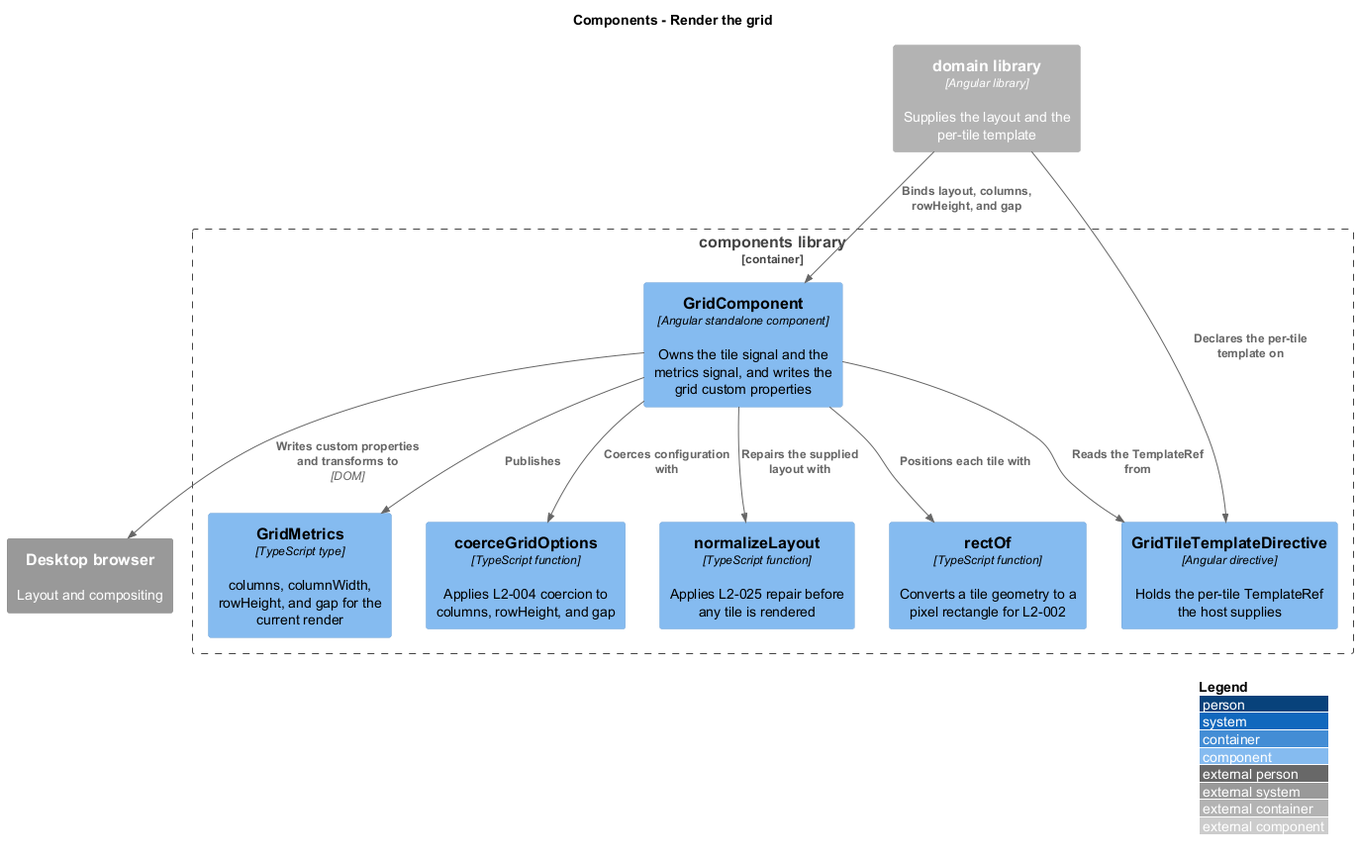
The PlantUML diagram docs/detailed-designs/grid-layout/render-grid/diagrams/c4-component.png in QuinntyneBrown/qbc-grid, before a commit. The source it was exported from:
```plantuml
@startuml
!include <C4/C4_Component>
LAYOUT_WITH_LEGEND()
title Components - Render the grid

Container_Boundary(components, "components library") {
  Component(grid, "GridComponent", "Angular standalone component", "Owns the tile signal and the metrics signal, and writes the grid custom properties")
  Component(tpl, "GridTileTemplateDirective", "Angular directive", "Holds the per-tile TemplateRef the host supplies")
  Component(metrics, "GridMetrics", "TypeScript type", "columns, columnWidth, rowHeight, and gap for the current render")
  Component(coerce, "coerceGridOptions", "TypeScript function", "Applies L2-004 coercion to columns, rowHeight, and gap")
  Component(normalize, "normalizeLayout", "TypeScript function", "Applies L2-025 repair before any tile is rendered")
  Component(rect, "rectOf", "TypeScript function", "Converts a tile geometry to a pixel rectangle for L2-002")
}

Container_Ext(domain, "domain library", "Angular library", "Supplies the layout and the per-tile template")
System_Ext(browser, "Desktop browser", "Layout and compositing")

Rel(domain, grid, "Binds layout, columns, rowHeight, and gap")
Rel(domain, tpl, "Declares the per-tile template on")
Rel(grid, coerce, "Coerces configuration with")
Rel(grid, normalize, "Repairs the supplied layout with")
Rel(grid, metrics, "Publishes")
Rel(grid, rect, "Positions each tile with")
Rel(grid, tpl, "Reads the TemplateRef from")
Rel(grid, browser, "Writes custom properties and transforms to", "DOM")
@enduml
```
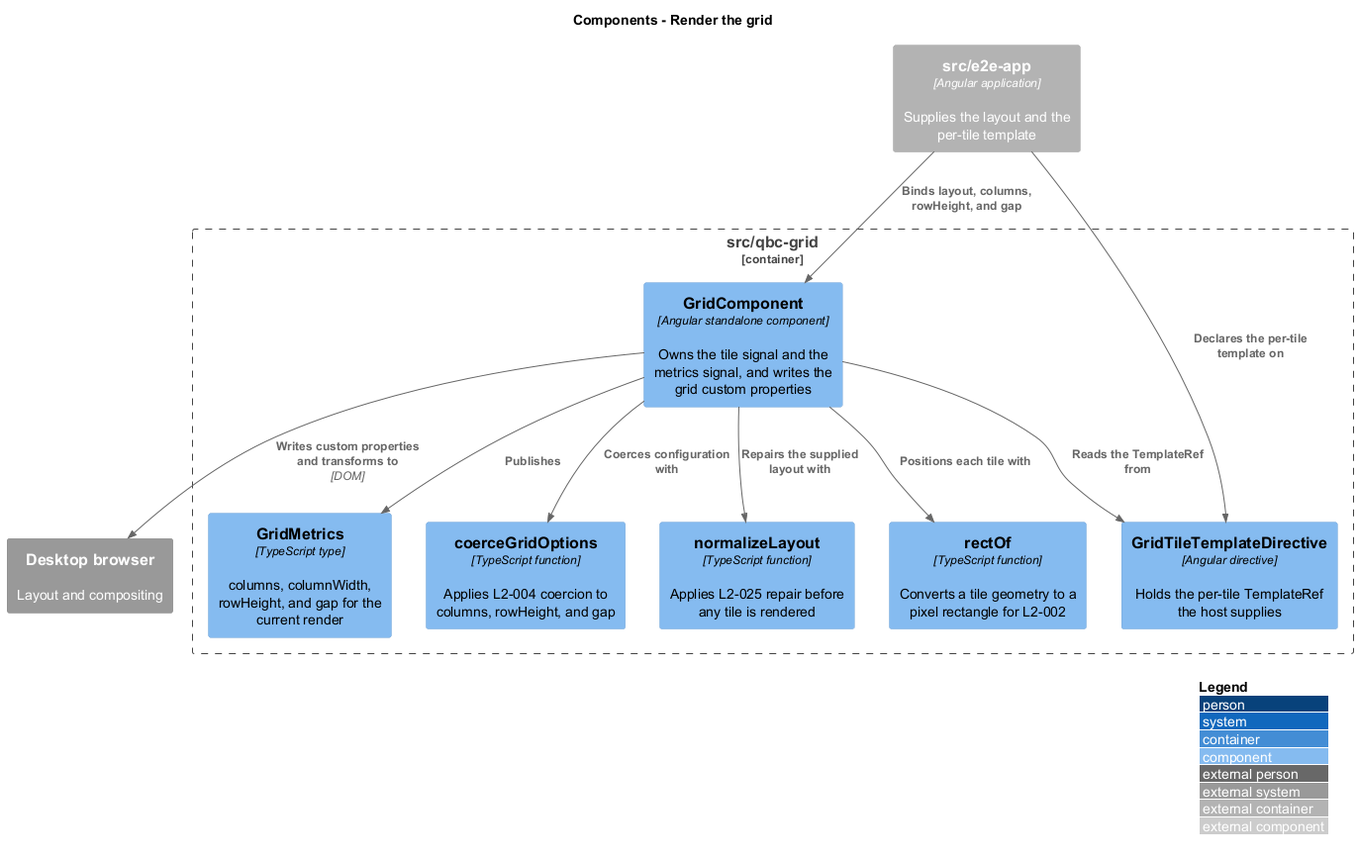
The same file after the commit.

The edit, as a diff of the source:
```diff
@@ -3,7 +3,7 @@
 LAYOUT_WITH_LEGEND()
 title Components - Render the grid
 
-Container_Boundary(components, "components library") {
+Container_Boundary(components, "src/qbc-grid") {
   Component(grid, "GridComponent", "Angular standalone component", "Owns the tile signal and the metrics signal, and writes the grid custom properties")
   Component(tpl, "GridTileTemplateDirective", "Angular directive", "Holds the per-tile TemplateRef the host supplies")
   Component(metrics, "GridMetrics", "TypeScript type", "columns, columnWidth, rowHeight, and gap for the current render")
@@ -12,11 +12,11 @@
   Component(rect, "rectOf", "TypeScript function", "Converts a tile geometry to a pixel rectangle for L2-002")
 }
 
-Container_Ext(domain, "domain library", "Angular library", "Supplies the layout and the per-tile template")
+Container_Ext(app, "src/e2e-app", "Angular application", "Supplies the layout and the per-tile template")
 System_Ext(browser, "Desktop browser", "Layout and compositing")
 
-Rel(domain, grid, "Binds layout, columns, rowHeight, and gap")
-Rel(domain, tpl, "Declares the per-tile template on")
+Rel(app, grid, "Binds layout, columns, rowHeight, and gap")
+Rel(app, tpl, "Declares the per-tile template on")
 Rel(grid, coerce, "Coerces configuration with")
 Rel(grid, normalize, "Repairs the supplied layout with")
 Rel(grid, metrics, "Publishes")
```
